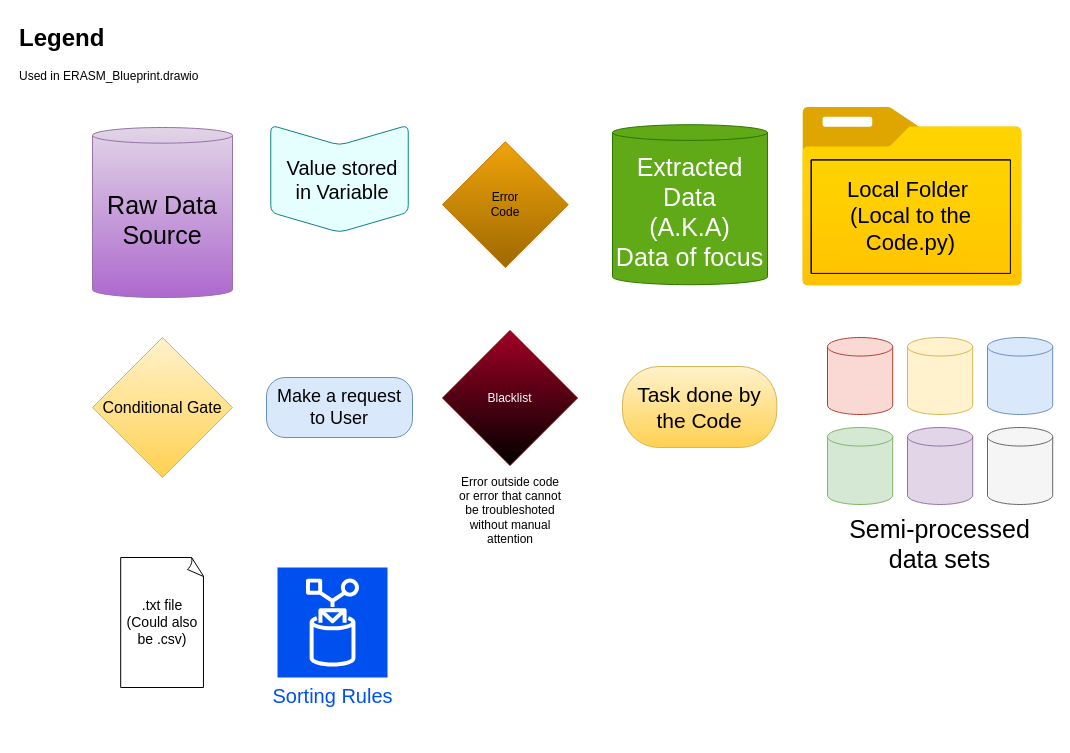
Above: Blueprint_Legend.drawio in PaiSuryaDarshan/E-RASM (draw.io), before the change. Source tidied: cells renumbered, new cells numbered last; positions are measured from the earlier drawing's top-left corner, leaving out a move shared by most shapes. Both pictures are drawn from the tidied source at 100%, with x=0, y=0 at pixel (17, 17).
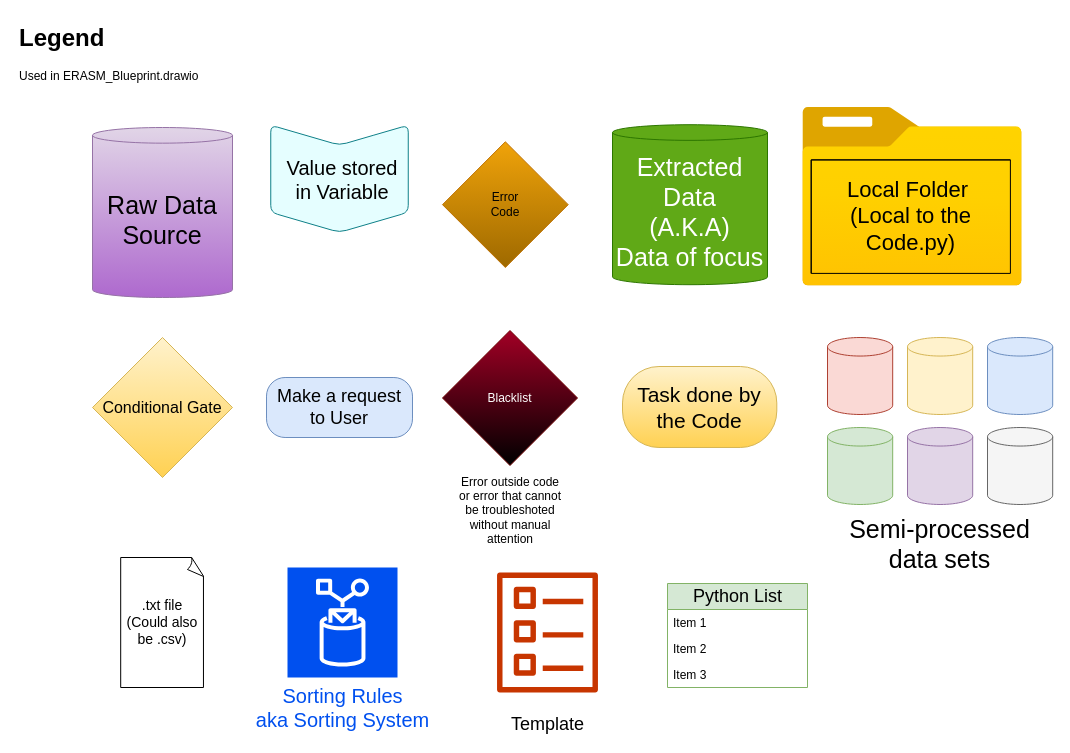
The same page after the edit.

What changed in the source:
```diff
@@
-    <mxCell id="24" value="&lt;font color=&quot;#0050ef&quot; style=&quot;font-size: 20px;&quot;&gt;Sorting Rules&lt;/font&gt;" style="sketch=0;dashed=0;verticalLabelPosition=bottom;verticalAlign=top;align=center;html=1;fontSize=12;fontStyle=0;shape=mxgraph.aws4.resourceIcon;resIcon=mxgraph.aws4.rule;fillColor=#0050ef;fontColor=#ffffff;strokeColor=#FFFFFF;" parent="1" vertex="1">
-      <mxGeometry x="260" y="550" width="110" height="110" as="geometry" />
+    <mxCell id="24" value="&lt;font color=&quot;#0050ef&quot; style=&quot;font-size: 20px;&quot;&gt;Sorting Rules&lt;/font&gt;&lt;div&gt;&lt;font color=&quot;#0050ef&quot;&gt;&lt;span style=&quot;font-size: 20px;&quot;&gt;aka Sorting System&lt;/span&gt;&lt;/font&gt;&lt;/div&gt;" style="sketch=0;dashed=0;verticalLabelPosition=bottom;verticalAlign=top;align=center;html=1;fontSize=12;fontStyle=0;shape=mxgraph.aws4.resourceIcon;resIcon=mxgraph.aws4.rule;fillColor=#0050ef;fontColor=#ffffff;strokeColor=#FFFFFF;" parent="1" vertex="1">
+      <mxGeometry x="270" y="550" width="110" height="110" as="geometry" />
     </mxCell>
+    <mxCell id="25" value="&lt;font style=&quot;font-size: 18px;&quot;&gt;Template&lt;/font&gt;" style="sketch=0;fontColor=#000000;strokeColor=#C73500;fillColor=none;dashed=0;verticalLabelPosition=bottom;verticalAlign=top;align=center;html=1;fontSize=12;fontStyle=0;shape=mxgraph.aws4.resourceIcon;resIcon=mxgraph.aws4.template;" parent="1" vertex="1">
+      <mxGeometry x="455" y="540" width="150" height="150" as="geometry" />
+    </mxCell>
+    <mxCell id="26" value="&lt;font style=&quot;font-size: 18px;&quot;&gt;Python List&lt;/font&gt;" style="swimlane;fontStyle=0;horizontal=1;startSize=26;fillColor=#d5e8d4;html=1;strokeColor=#82b366;" parent="1" vertex="1">
+      <mxGeometry x="650" y="566" width="140" height="104" as="geometry" />
+    </mxCell>
+    <mxCell id="27" value="Item 1" style="text;strokeColor=none;fillColor=none;align=left;verticalAlign=top;spacingLeft=4;spacingRight=4;overflow=hidden;whiteSpace=wrap;html=1;" parent="26" vertex="1">
+      <mxGeometry y="26" width="140" height="26" as="geometry" />
+    </mxCell>
+    <mxCell id="28" value="Item 2" style="text;strokeColor=none;fillColor=none;align=left;verticalAlign=top;spacingLeft=4;spacingRight=4;overflow=hidden;whiteSpace=wrap;html=1;" parent="26" vertex="1">
+      <mxGeometry y="52" width="140" height="26" as="geometry" />
+    </mxCell>
+    <mxCell id="29" value="Item 3" style="text;strokeColor=none;fillColor=none;align=left;verticalAlign=top;spacingLeft=4;spacingRight=4;overflow=hidden;whiteSpace=wrap;html=1;" parent="26" vertex="1">
+      <mxGeometry y="78" width="140" height="26" as="geometry" />
+    </mxCell>
```
